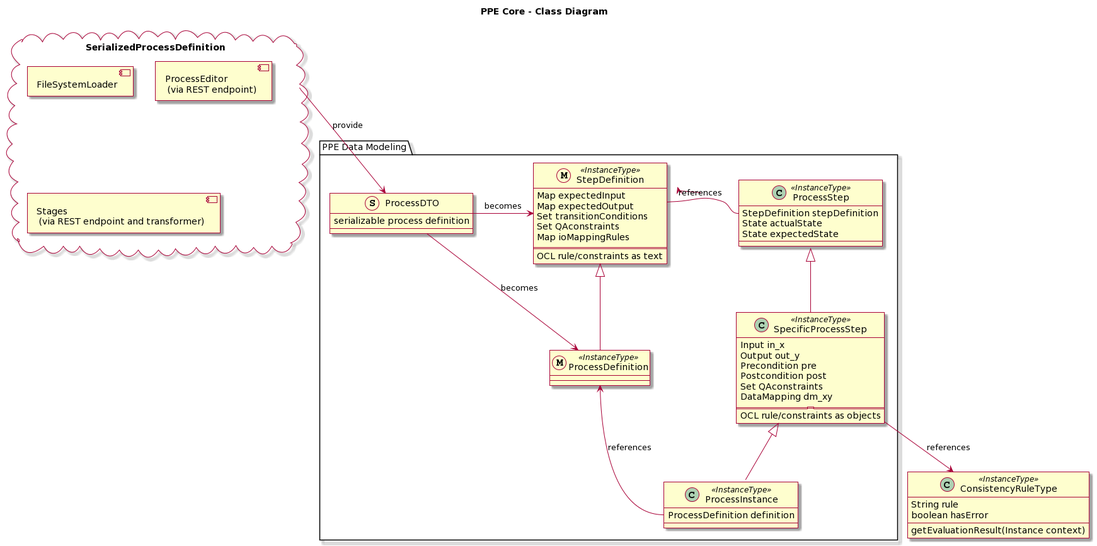
This is doc/ppe classdiagram.png from jku-isse/c4s.CQRS-passiveworkflowengine, a PlantUML export, as it was before one commit. The source it was exported from:
```plantuml
@startuml
allowmixing

skin rose

title PPE Core - Class Diagram

package "PPE Data Modeling" {


	metaclass "StepDefinition" <<InstanceType>>  {
	Map expectedInput
	Map expectedOutput
	Set transitionConditions
	Set QAconstraints
	Map ioMappingRules
	=========
		OCL rule/constraints as text
	}

	metaclass "ProcessDefinition" <<InstanceType>>  {

	}

	"StepDefinition" <|-- ProcessDefinition

	class "ProcessInstance" <<InstanceType>>  {
		ProcessDefinition definition
	}

	class "ProcessStep" <<InstanceType>>  {
		StepDefinition stepDefinition
		State actualState
	  State expectedState
	}

	class "SpecificProcessStep" <<InstanceType>> {
		Input in_x
		Output out_y
		Precondition pre
	  Postcondition post
	  Set QAconstraints
	  DataMapping dm_xy
	=========
		OCL rule/constraints as objects
	}



	"SpecificProcessStep" -up-|> "ProcessStep"

	"ProcessInstance" -up-|> "SpecificProcessStep"


	ProcessInstance::definition -left-> ProcessDefinition : references
	ProcessStep::stepDefinition -left-> StepDefinition : references


	struct ProcessDTO {
		serializable process definition
	}

}

class ConsistencyRuleType <<InstanceType>> {
	String rule
	boolean hasError
	getEvaluationResult(Instance context)
}

SpecificProcessStep --> ConsistencyRuleType : references

cloud "SerializedProcessDefinition"  {
	component [FileSystemLoader]
	component [ProcessEditor \n (via REST endpoint)]
	component [Stages \n (via REST endpoint and transformer)]

}

SerializedProcessDefinition --> ProcessDTO : provide
ProcessDTO -right-> ProcessDefinition : becomes
ProcessDTO -right-> StepDefinition : becomes
@enduml
```
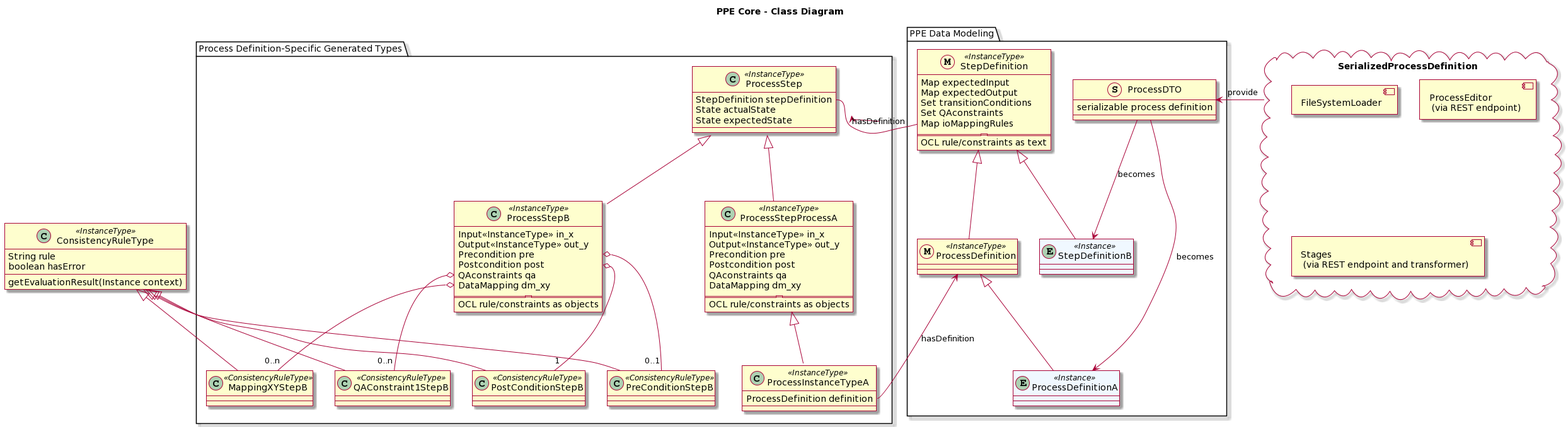
After the commit.

What changed in the source:
```diff
@@ -24,7 +24,34 @@
 
 	"StepDefinition" <|-- ProcessDefinition
 
-	class "ProcessInstance" <<InstanceType>>  {
+	struct ProcessDTO {
+		serializable process definition
+	}
+
+	entity ProcessDefinitionA <<Instance>> #aliceblue
+
+	entity StepDefinitionB <<Instance>> #aliceblue
+
+
+	ProcessDTO -down-> ProcessDefinitionA : becomes
+	ProcessDTO -down-> StepDefinitionB : becomes
+
+	ProcessDefinitionA -up-|> ProcessDefinition
+	StepDefinitionB -up-|> StepDefinition
+
+}
+
+cloud "SerializedProcessDefinition"  {
+	component [FileSystemLoader]
+	component [ProcessEditor \n (via REST endpoint)]
+	component [Stages \n (via REST endpoint and transformer)]
+}
+
+	SerializedProcessDefinition -left-> ProcessDTO : provide
+
+package "Process Definition-Specific Generated Types" {
+
+	class "ProcessInstanceTypeA" <<InstanceType>>  {
 		ProcessDefinition definition
 	}
 
@@ -34,32 +61,45 @@
 	  State expectedState
 	}
 
-	class "SpecificProcessStep" <<InstanceType>> {
-		Input in_x
-		Output out_y
+	class "ProcessStepB" <<InstanceType>> {
+		Input<<InstanceType>> in_x
+		Output<<InstanceType>> out_y
 		Precondition pre
 	  Postcondition post
-	  Set QAconstraints
+	  QAconstraints qa
 	  DataMapping dm_xy
 	=========
 		OCL rule/constraints as objects
 	}
 
 
-
-	"SpecificProcessStep" -up-|> "ProcessStep"
-
-	"ProcessInstance" -up-|> "SpecificProcessStep"
-
-
-	ProcessInstance::definition -left-> ProcessDefinition : references
-	ProcessStep::stepDefinition -left-> StepDefinition : references
-
-
-	struct ProcessDTO {
-		serializable process definition
+	class "ProcessStepProcessA" <<InstanceType>> {
+		Input<<InstanceType>> in_x
+		Output<<InstanceType>> out_y
+		Precondition pre
+	  Postcondition post
+	  QAconstraints qa
+	  DataMapping dm_xy
+	=========
+		OCL rule/constraints as objects
 	}
 
+	class PreConditionStepB<<ConsistencyRuleType>>
+	class PostConditionStepB<<ConsistencyRuleType>>
+	class QAConstraint1StepB<<ConsistencyRuleType>>
+	class MappingXYStepB<<ConsistencyRuleType>>
+
+	ProcessStepB::pre o-down- "0..1" PreConditionStepB
+	ProcessStepB::post o-down- "1" PostConditionStepB
+	ProcessStepB::qa o-down- "0..n" QAConstraint1StepB
+	ProcessStepB::dm_xy o-down- "0..n" MappingXYStepB
+
+	"ProcessStepB" -up-|> "ProcessStep"
+	"ProcessStepProcessA" -up-|> "ProcessStep"
+	"ProcessInstanceTypeA" -up-|> "ProcessStepProcessA"
+
+	ProcessInstanceTypeA::definition -left-> ProcessDefinition : hasDefinition
+	ProcessStep::stepDefinition -left-> StepDefinition : hasDefinition
 }
 
 class ConsistencyRuleType <<InstanceType>> {
@@ -68,16 +108,8 @@
 	getEvaluationResult(Instance context)
 }
 
-SpecificProcessStep --> ConsistencyRuleType : references
-
-cloud "SerializedProcessDefinition"  {
-	component [FileSystemLoader]
-	component [ProcessEditor \n (via REST endpoint)]
-	component [Stages \n (via REST endpoint and transformer)]
-
-}
-
-SerializedProcessDefinition --> ProcessDTO : provide
-ProcessDTO -right-> ProcessDefinition : becomes
-ProcessDTO -right-> StepDefinition : becomes
+PreConditionStepB -up-|> ConsistencyRuleType
+PostConditionStepB -up-|> ConsistencyRuleType
+QAConstraint1StepB -up-|> ConsistencyRuleType
+MappingXYStepB -up-|> ConsistencyRuleType
 @enduml
```
